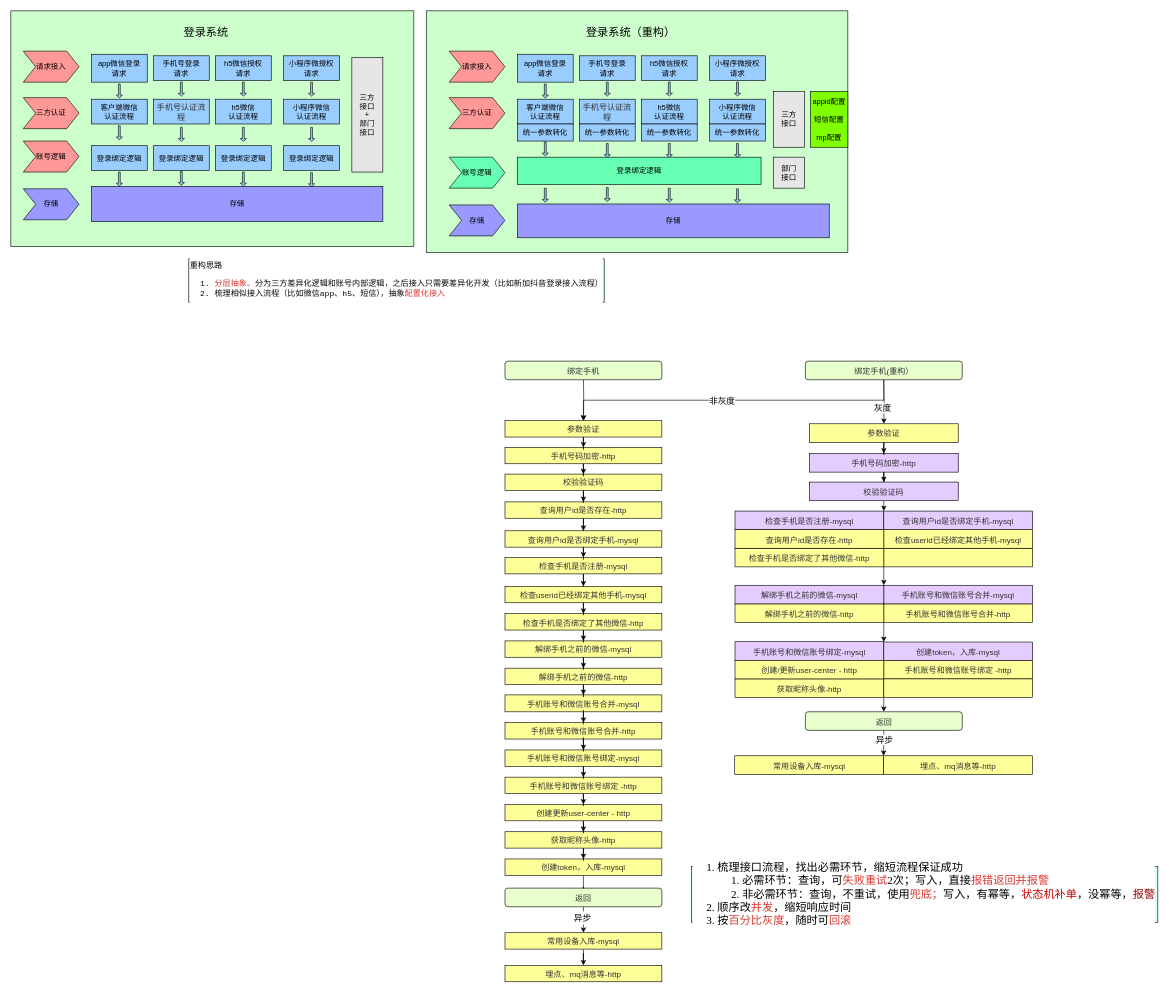
This is 登录服务重构.drawio from xiell2016/hetaoDesign, a draw.io file, before an edit. Source tidied: cells renumbered, new cells numbered last; positions are measured from the earlier drawing's top-left corner, leaving out a move shared by most shapes. Both pictures are drawn from the tidied source at 62%, with x=0, y=0 at pixel (11, 11).
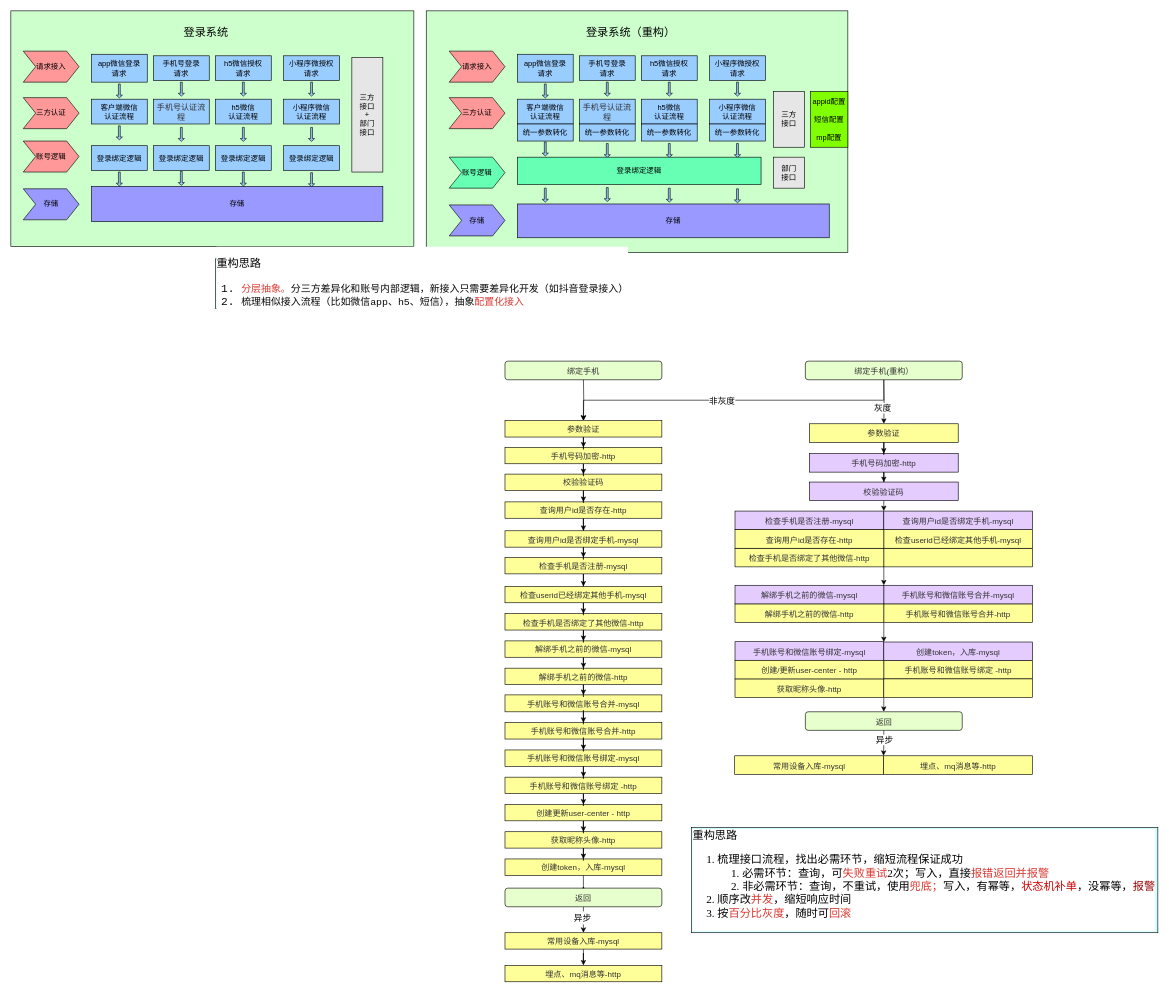
The same diagram, later.

Commit message (it also covers changes not shown here):
更新登录服务重构.drawio

Change to the diagram source:
```diff
@@
-    <mxCell id="147" value="&lt;pre style=&quot;font-family: &amp;#34;jetbrains mono&amp;#34; , monospace ; font-size: 9.8pt&quot;&gt;&lt;div class=&quot;okr-block-clipboard&quot; style=&quot;color: rgb(8 , 8 , 8)&quot;&gt;&lt;/div&gt;&lt;div&gt;重构思路&lt;/div&gt;&lt;ol start=&quot;1&quot; style=&quot;color: rgb(8 , 8 , 8)&quot;&gt;&lt;li class=&quot;&quot;&gt;&lt;span style=&quot;color: rgb(216 , 57 , 49)&quot;&gt;分层抽象。&lt;/span&gt;分为三方差异化逻辑和账号内部逻辑，之后接入只需要差异化开发（比如新加抖音登录接入流程）&lt;/li&gt;&lt;li class=&quot;&quot;&gt;梳理相似接入流程（比如微信app、h5、短信），抽象&lt;span style=&quot;color: rgb(216 , 57 , 49)&quot;&gt;配置化接入&lt;/span&gt;&lt;/li&gt;&lt;/ol&gt;&lt;/pre&gt;" style="rounded=0;whiteSpace=wrap;html=1;labelBackgroundColor=#FFFFFF;fontFamily=Times New Roman;fontSize=18;fontColor=#000000;fillColor=#CCFFFF;align=left;" parent="1" vertex="1">
-      <mxGeometry x="287" y="400" width="670" height="70" as="geometry" />
+    <mxCell id="147" value="&lt;pre style=&quot;font-family: &amp;#34;jetbrains mono&amp;#34; , monospace&quot;&gt;&lt;div class=&quot;okr-block-clipboard&quot; style=&quot;font-size: 9.8pt ; color: rgb(8 , 8 , 8)&quot;&gt;&lt;/div&gt;&lt;div&gt;&lt;font style=&quot;font-size: 18px&quot;&gt;重构思路&lt;/font&gt;&lt;/div&gt;&lt;ol start=&quot;1&quot; style=&quot;color: rgb(8 , 8 , 8)&quot;&gt;&lt;li class=&quot;&quot;&gt;&lt;font size=&quot;3&quot;&gt;&lt;span style=&quot;color: rgb(216 , 57 , 49)&quot;&gt;分层抽象。&lt;/span&gt;分三方差异化和账号内部逻辑，新接入只需要差异化开发（如抖音登录接入）&lt;/font&gt;&lt;/li&gt;&lt;li class=&quot;&quot;&gt;&lt;font size=&quot;3&quot;&gt;梳理相似接入流程（比如微信app、h5、短信），抽象&lt;span style=&quot;color: rgb(216 , 57 , 49)&quot;&gt;配置化接入&lt;/span&gt;&lt;/font&gt;&lt;/li&gt;&lt;/ol&gt;&lt;/pre&gt;" style="rounded=0;whiteSpace=wrap;html=1;labelBackgroundColor=#FFFFFF;fontFamily=Times New Roman;fontSize=18;fontColor=#000000;fillColor=#CCFFFF;align=left;" parent="1" vertex="1">
+      <mxGeometry x="330" y="400" width="553" height="80" as="geometry" />
     </mxCell>
-    <mxCell id="148" value="&lt;div class=&quot;okr-block-clipboard&quot;&gt;&lt;/div&gt;&lt;ol start=&quot;1&quot;&gt;&lt;li class=&quot;&quot;&gt;梳理接口流程，找出必需环节，缩短流程保证成功&lt;ol start=&quot;1&quot;&gt;&lt;li class=&quot;&quot;&gt;必需环节：查询，可&lt;span style=&quot;color: rgb(216 , 57 , 49)&quot;&gt;失败重试&lt;/span&gt;2次；写入，直接&lt;span style=&quot;color: rgb(216 , 57 , 49)&quot;&gt;报错返回并报警&lt;/span&gt;&lt;/li&gt;&lt;li class=&quot;&quot;&gt;非必需环节：查询，不重试，使用&lt;span style=&quot;color: rgb(216 , 57 , 49)&quot;&gt;兜底；&lt;/span&gt;写入，有幂等，&lt;font color=&quot;#cc0000&quot;&gt;状态机补单&lt;/font&gt;，没幂等，&lt;font color=&quot;#990000&quot;&gt;报警&lt;/font&gt;&lt;/li&gt;&lt;/ol&gt;&lt;/li&gt;&lt;li class=&quot;&quot;&gt;顺序改&lt;span style=&quot;color: rgb(216 , 57 , 49)&quot;&gt;并发&lt;/span&gt;，缩短响应时间&lt;/li&gt;&lt;li class=&quot;&quot;&gt;按&lt;span style=&quot;color: rgb(216 , 57 , 49)&quot;&gt;百分比灰度&lt;/span&gt;，随时可&lt;span style=&quot;color: rgb(216 , 57 , 49)&quot;&gt;回滚&lt;/span&gt;&lt;/li&gt;&lt;/ol&gt;" style="rounded=0;whiteSpace=wrap;html=1;labelBackgroundColor=#FFFFFF;fontFamily=Times New Roman;fontSize=18;fontColor=#000000;fillColor=#CCFFFF;align=left;" parent="1" vertex="1">
-      <mxGeometry x="1098" y="1380" width="752" height="90" as="geometry" />
+    <mxCell id="148" value="&lt;div class=&quot;okr-block-clipboard&quot;&gt;&lt;/div&gt;&lt;div&gt;重构思路&lt;/div&gt;&lt;ol start=&quot;1&quot;&gt;&lt;li class=&quot;&quot;&gt;梳理接口流程，找出必需环节，缩短流程保证成功&lt;ol start=&quot;1&quot;&gt;&lt;li class=&quot;&quot;&gt;必需环节：查询，可&lt;span style=&quot;color: rgb(216 , 57 , 49)&quot;&gt;失败重试&lt;/span&gt;2次；写入，直接&lt;span style=&quot;color: rgb(216 , 57 , 49)&quot;&gt;报错返回并报警&lt;/span&gt;&lt;/li&gt;&lt;li class=&quot;&quot;&gt;非必需环节：查询，不重试，使用&lt;span style=&quot;color: rgb(216 , 57 , 49)&quot;&gt;兜底；&lt;/span&gt;写入，有幂等，&lt;font color=&quot;#cc0000&quot;&gt;状态机补单&lt;/font&gt;，没幂等，&lt;font color=&quot;#990000&quot;&gt;报警&lt;/font&gt;&lt;/li&gt;&lt;/ol&gt;&lt;/li&gt;&lt;li class=&quot;&quot;&gt;顺序改&lt;span style=&quot;color: rgb(216 , 57 , 49)&quot;&gt;并发&lt;/span&gt;，缩短响应时间&lt;/li&gt;&lt;li class=&quot;&quot;&gt;按&lt;span style=&quot;color: rgb(216 , 57 , 49)&quot;&gt;百分比灰度&lt;/span&gt;，随时可&lt;span style=&quot;color: rgb(216 , 57 , 49)&quot;&gt;回滚&lt;/span&gt;&lt;/li&gt;&lt;/ol&gt;" style="rounded=0;whiteSpace=wrap;html=1;labelBackgroundColor=#FFFFFF;fontFamily=Times New Roman;fontSize=18;fontColor=#000000;fillColor=#CCFFFF;align=left;" parent="1" vertex="1">
+      <mxGeometry x="1098" y="1316.9" width="752" height="170" as="geometry" />
     </mxCell>
```
